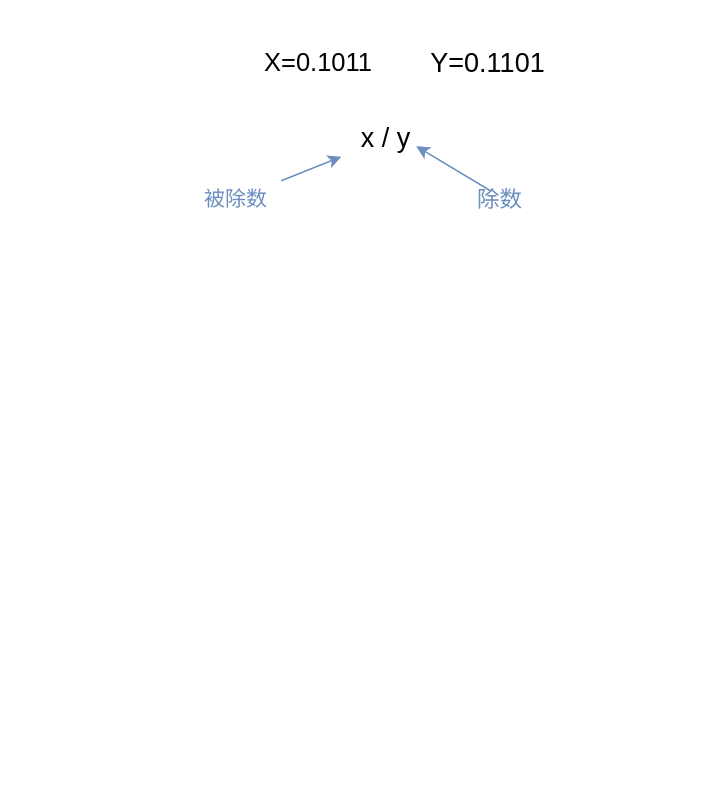
Above: other/原码除法_加减交替.drawio in yangxu061/picture (draw.io), before the change. Source tidied: cells renumbered, new cells numbered last; positions are measured from the earlier drawing's top-left corner, leaving out a move shared by most shapes. Both pictures are drawn from the tidied source at 150%, with x=0, y=0 at pixel (190, 26).
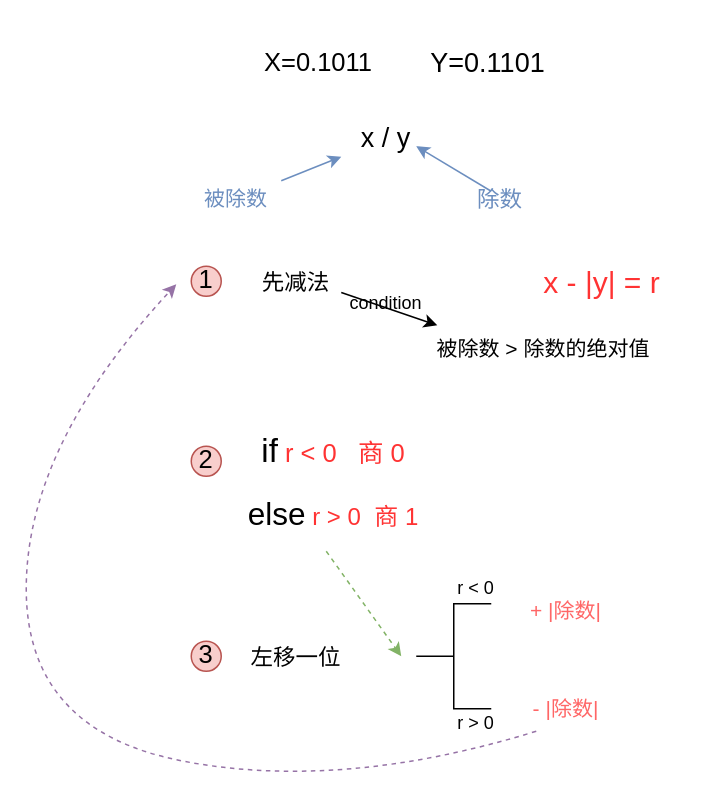
After the change.

Commit message (it also covers changes not shown here):
更新原码除法_加减交替.drawio

Diff of the diagram source:
```diff
@@
+    <mxCell id="10" value="&lt;font style=&quot;font-size: 17px;&quot;&gt;1&lt;/font&gt;" style="ellipse;whiteSpace=wrap;html=1;fillColor=#f8cecc;strokeColor=#b85450;" parent="1" vertex="1">
+      <mxGeometry y="160" width="20" height="20" as="geometry" />
+    </mxCell>
+    <mxCell id="11" value="&lt;font style=&quot;font-size: 17px;&quot;&gt;2&lt;/font&gt;" style="ellipse;whiteSpace=wrap;html=1;fillColor=#f8cecc;strokeColor=#b85450;" parent="1" vertex="1">
+      <mxGeometry y="280" width="20" height="20" as="geometry" />
+    </mxCell>
+    <mxCell id="12" value="&lt;font style=&quot;font-size: 17px;&quot;&gt;3&lt;/font&gt;" style="ellipse;whiteSpace=wrap;html=1;fillColor=#f8cecc;strokeColor=#b85450;" parent="1" vertex="1">
+      <mxGeometry y="410" width="20" height="20" as="geometry" />
+    </mxCell>
+    <mxCell id="13" value="&lt;font style=&quot;font-size: 15px;&quot;&gt;先减法&lt;/font&gt;" style="text;html=1;strokeColor=none;fillColor=none;align=center;verticalAlign=middle;whiteSpace=wrap;rounded=0;" parent="1" vertex="1">
+      <mxGeometry x="40" y="155" width="60" height="30" as="geometry" />
+    </mxCell>
+    <mxCell id="14" value="&lt;font color=&quot;#ff3333&quot; style=&quot;font-size: 20px;&quot;&gt;x - |y| = r&lt;/font&gt;" style="text;html=1;strokeColor=none;fillColor=none;align=center;verticalAlign=middle;whiteSpace=wrap;rounded=0;" parent="1" vertex="1">
+      <mxGeometry x="214" y="155" width="120" height="30" as="geometry" />
+    </mxCell>
+    <mxCell id="15" value="&lt;font style=&quot;font-size: 14px;&quot;&gt;被除数 &amp;gt; 除数的绝对值&lt;/font&gt;" style="text;html=1;strokeColor=none;fillColor=none;align=center;verticalAlign=middle;whiteSpace=wrap;rounded=0;" parent="1" vertex="1">
+      <mxGeometry x="130" y="200" width="210" height="30" as="geometry" />
+    </mxCell>
+    <mxCell id="16" style="endArrow=classic;html=1;rounded=0;entryX=0.162;entryY=-0.02;entryDx=0;entryDy=0;entryPerimeter=0;exitX=1;exitY=0.75;exitDx=0;exitDy=0;" parent="1" edge="1" source="13" target="15">
+      <mxGeometry relative="1" as="geometry" />
+    </mxCell>
+    <mxCell id="17" value="condition" style="text;html=1;strokeColor=none;fillColor=none;align=center;verticalAlign=middle;whiteSpace=wrap;rounded=0;" parent="1" vertex="1">
+      <mxGeometry x="100" y="170" width="60" height="30" as="geometry" />
+    </mxCell>
+    <mxCell id="18" value="&lt;p style=&quot;line-height: 150%;&quot;&gt;&lt;font style=&quot;font-size: 22px;&quot;&gt;if&lt;/font&gt;&lt;font color=&quot;#ff3333&quot; style=&quot;font-size: 17px;&quot;&gt; r &amp;lt; 0&amp;nbsp; &amp;nbsp;商 0&lt;/font&gt;&lt;br&gt;&lt;/p&gt;" style="text;html=1;strokeColor=none;fillColor=none;align=center;verticalAlign=middle;whiteSpace=wrap;rounded=0;" parent="1" vertex="1">
+      <mxGeometry x="10" y="270" width="170" height="30" as="geometry" />
+    </mxCell>
+    <mxCell id="19" value="&lt;font style=&quot;font-size: 21px;&quot;&gt;else&lt;/font&gt;&lt;font color=&quot;#ff3333&quot; style=&quot;font-size: 16px;&quot;&gt; r &amp;gt; 0&amp;nbsp; 商 1&lt;/font&gt;" style="text;html=1;strokeColor=none;fillColor=none;align=center;verticalAlign=middle;whiteSpace=wrap;rounded=0;" parent="1" vertex="1">
+      <mxGeometry x="-10" y="310" width="210" height="30" as="geometry" />
+    </mxCell>
+    <mxCell id="20" value="&lt;font style=&quot;font-size: 15px;&quot;&gt;左移一位&lt;/font&gt;" style="text;html=1;strokeColor=none;fillColor=none;align=center;verticalAlign=middle;whiteSpace=wrap;rounded=0;" parent="1" vertex="1">
+      <mxGeometry x="30" y="405" width="80" height="30" as="geometry" />
+    </mxCell>
+    <mxCell id="21" style="strokeWidth=1;html=1;shape=mxgraph.flowchart.annotation_2;align=left;labelPosition=right;" parent="1" vertex="1">
+      <mxGeometry x="150" y="385" width="50" height="70" as="geometry" />
+    </mxCell>
+    <mxCell id="22" style="endArrow=classic;html=1;rounded=0;dashed=1;fillColor=#d5e8d4;strokeColor=#82b366;" parent="1" edge="1">
+      <mxGeometry relative="1" as="geometry">
+        <mxPoint x="90" y="350" as="sourcePoint" />
+        <mxPoint x="140" y="420" as="targetPoint" />
+      </mxGeometry>
+    </mxCell>
+    <mxCell id="23" value="r &amp;lt; 0" style="text;html=1;strokeColor=none;fillColor=none;align=center;verticalAlign=middle;whiteSpace=wrap;rounded=0;" parent="1" vertex="1">
+      <mxGeometry x="160" y="360" width="60" height="30" as="geometry" />
+    </mxCell>
+    <mxCell id="24" value="r &amp;gt; 0" style="text;html=1;strokeColor=none;fillColor=none;align=center;verticalAlign=middle;whiteSpace=wrap;rounded=0;" parent="1" vertex="1">
+      <mxGeometry x="160" y="450" width="60" height="30" as="geometry" />
+    </mxCell>
+    <mxCell id="25" value="&lt;font color=&quot;#ff6666&quot; style=&quot;font-size: 14px;&quot;&gt;+ |除数|&lt;/font&gt;" style="text;html=1;strokeColor=none;fillColor=none;align=center;verticalAlign=middle;whiteSpace=wrap;rounded=0;" parent="1" vertex="1">
+      <mxGeometry x="220" y="375" width="60" height="30" as="geometry" />
+    </mxCell>
+    <mxCell id="26" value="&lt;font color=&quot;#ff6666&quot; style=&quot;font-size: 14px;&quot;&gt;- |除数|&lt;/font&gt;" style="text;html=1;strokeColor=none;fillColor=none;align=center;verticalAlign=middle;whiteSpace=wrap;rounded=0;" parent="1" vertex="1">
+      <mxGeometry x="220" y="440" width="60" height="30" as="geometry" />
+    </mxCell>
+    <mxCell id="27" style="curved=1;endArrow=classic;html=1;rounded=0;dashed=1;fillColor=#e1d5e7;strokeColor=#9673a6;" parent="1" edge="1">
+      <mxGeometry relative="1" as="geometry">
+        <mxPoint x="230" y="470" as="sourcePoint" />
+        <mxPoint x="-10" y="172" as="targetPoint" />
+        <Array as="points">
+          <mxPoint x="100" y="510" />
+          <mxPoint x="-110" y="470" />
+          <mxPoint x="-110" y="280" />
+        </Array>
+      </mxGeometry>
+    </mxCell>
```
